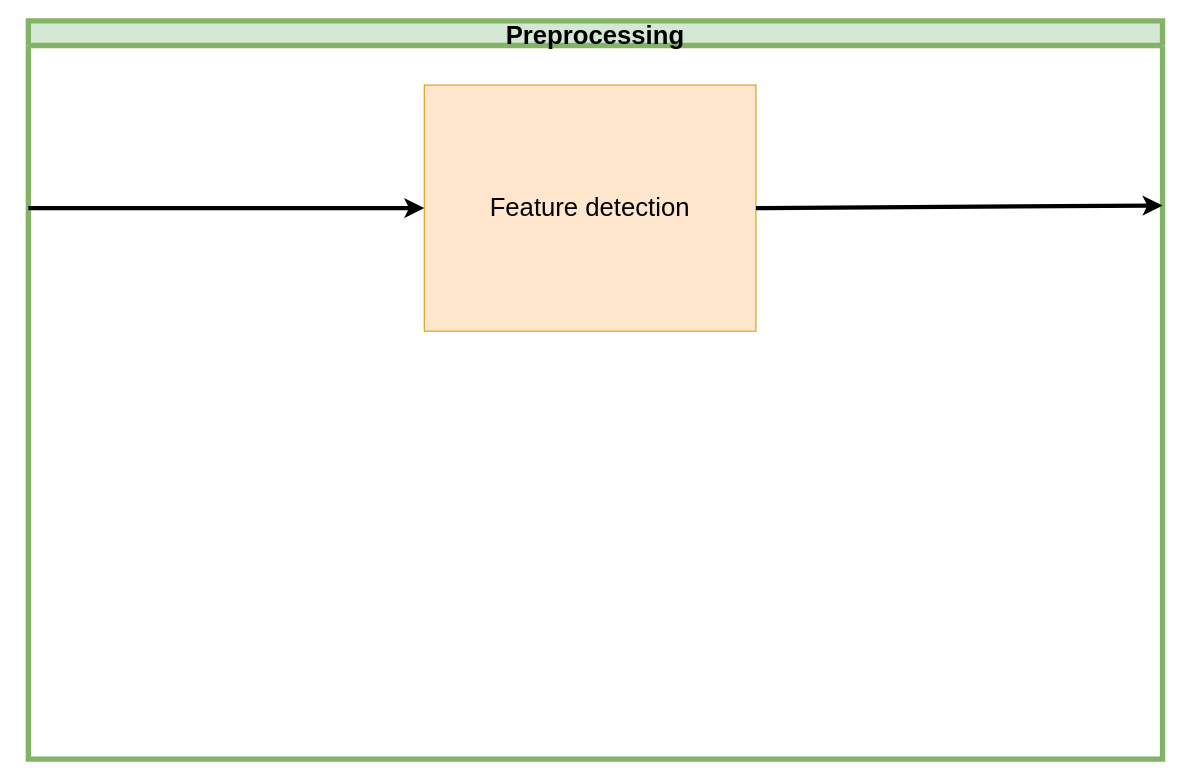
ipa-dmo/ipa_outdoor_docu keeps this draw.io diagram as page "Preprocessing" (4 of 6) of TestNav.drawio. Above is the earlier version. Source tidied: cells renumbered, new cells numbered last; positions are measured from the earlier drawing's top-left corner, leaving out a move shared by most shapes. Both pictures are drawn from the tidied source at 107%, with x=0, y=0 at pixel (28, 20).
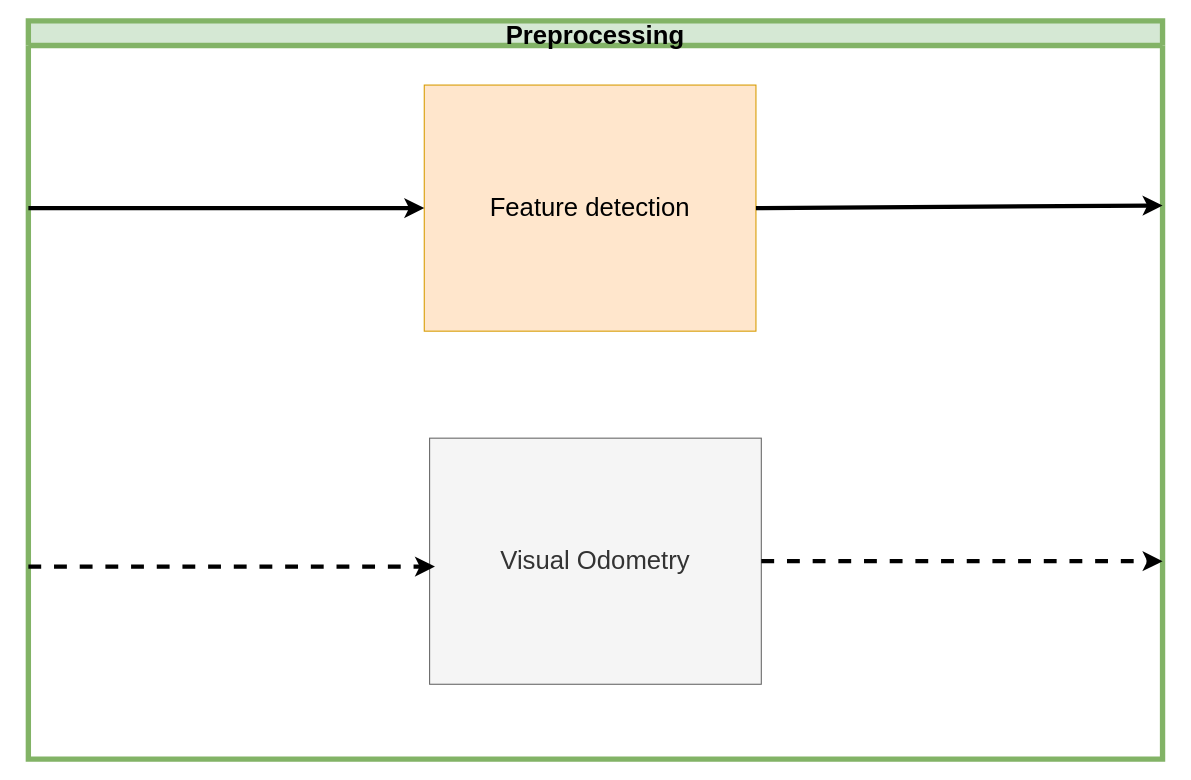
The same diagram, later.

Commit message (it also covers changes not shown here):
Add visual odometry as whitespot

Diff of the diagram source:
```diff
@@
 <mxGraphModel>
   <root>
     <mxCell id="0" />
     <mxCell id="1" parent="0" />
     <mxCell id="2" value="Preprocessing" style="swimlane;fillColor=#d5e8d4;strokeColor=#82b366;fontSize=24;strokeWidth=5;startSize=23;" parent="1" vertex="1">
       <mxGeometry width="1060" height="690" as="geometry" />
     </mxCell>
     <mxCell id="3" value="&lt;font style=&quot;font-size: 24px&quot;&gt;Feature detection&lt;/font&gt;" style="whiteSpace=wrap;html=1;fillColor=#ffe6cc;strokeColor=#d79b00;" parent="2" vertex="1">
       <mxGeometry x="370" y="60" width="310" height="230" as="geometry" />
     </mxCell>
     <mxCell id="4" style="endArrow=classic;html=1;entryX=0;entryY=0.5;entryDx=0;entryDy=0;strokeWidth=4;" parent="2" edge="1" target="3">
       <mxGeometry relative="1" as="geometry">
         <mxPoint y="175" as="sourcePoint" />
       </mxGeometry>
     </mxCell>
     <mxCell id="5" style="endArrow=classic;html=1;entryX=1;entryY=0.25;entryDx=0;entryDy=0;strokeWidth=4;exitX=1;exitY=0.5;exitDx=0;exitDy=0;" parent="2" edge="1" source="3" target="2">
       <mxGeometry relative="1" as="geometry" />
     </mxCell>
+    <mxCell id="6" value="&lt;font style=&quot;font-size: 24px&quot;&gt;Visual Odometry&lt;br&gt;&lt;/font&gt;" style="whiteSpace=wrap;html=1;fillColor=#f5f5f5;strokeColor=#666666;fontColor=#333333;" parent="2" vertex="1">
+      <mxGeometry x="375" y="390" width="310" height="230" as="geometry" />
+    </mxCell>
+    <mxCell id="7" style="endArrow=classic;html=1;entryX=0;entryY=0.5;entryDx=0;entryDy=0;strokeWidth=4;dashed=1;" parent="1" edge="1">
+      <mxGeometry relative="1" as="geometry">
+        <mxPoint y="510" as="sourcePoint" />
+        <mxPoint x="380" y="510" as="targetPoint" />
+      </mxGeometry>
+    </mxCell>
+    <mxCell id="8" style="endArrow=classic;html=1;strokeWidth=4;exitX=1;exitY=0.5;exitDx=0;exitDy=0;dashed=1;" parent="1" edge="1" source="6">
+      <mxGeometry relative="1" as="geometry">
+        <mxPoint x="1060" y="505" as="targetPoint" />
+      </mxGeometry>
+    </mxCell>
   </root>
 </mxGraphModel>
```
